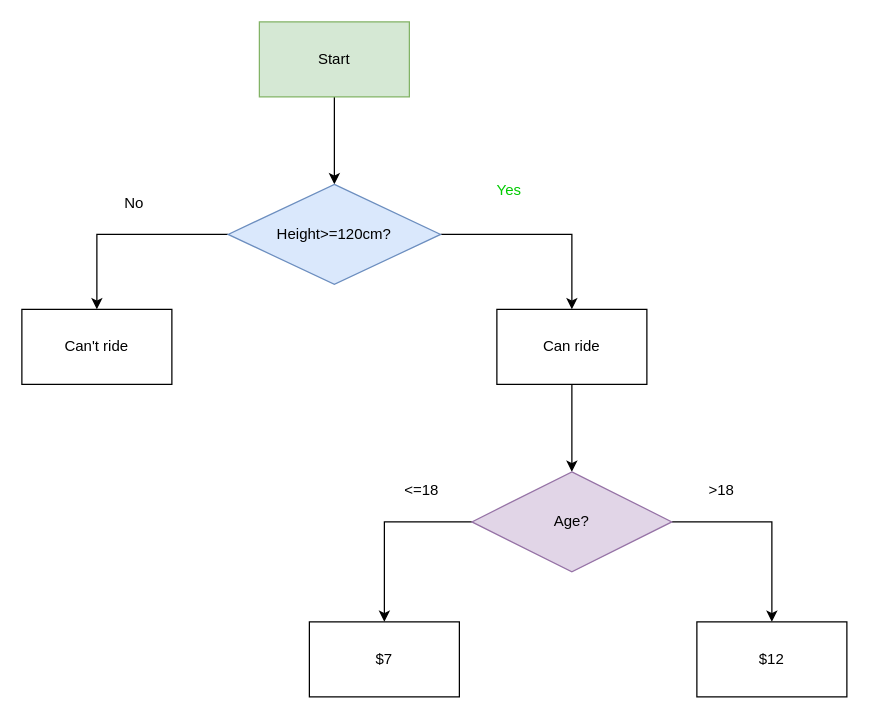
Before: Untitled Diagram.drawio in thatkwame/thatkwame.github.io, a draw.io diagram. Source tidied: cells renumbered, new cells numbered last; positions are measured from the earlier drawing's top-left corner, leaving out a move shared by most shapes. Both pictures are drawn from the tidied source at 125%, with x=0, y=0 at pixel (21, 21).
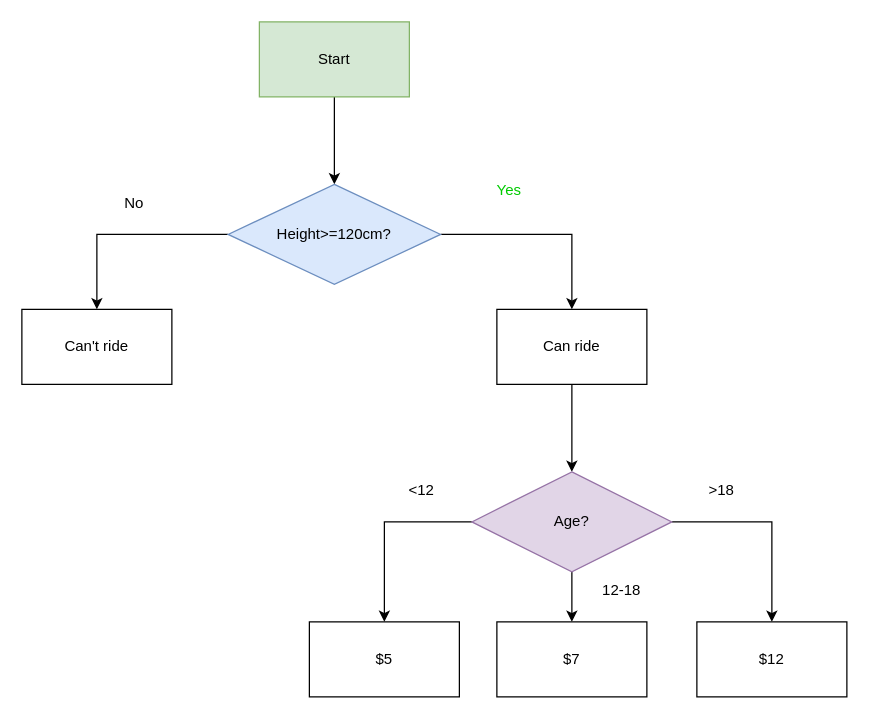
The same diagram, later.

Unchanged cells that the change refers to:
```xml
<mxCell id="12" value="Age?" style="rhombus;whiteSpace=wrap;html=1;rounded=0;fillColor=#e1d5e7;strokeColor=#9673a6;" parent="1" vertex="1">
  <mxGeometry x="360" y="360" width="160" height="80" as="geometry" />
</mxCell>
```

Change to the diagram source:
```diff
@@
+    <mxCell id="19" style="edgeStyle=orthogonalEdgeStyle;rounded=0;jettySize=auto;html=1;" parent="1" edge="1" source="12" target="20">
+      <mxGeometry relative="1" as="geometry" />
+    </mxCell>
@@
-    <mxCell id="13" value="$7" style="whiteSpace=wrap;html=1;rounded=0;" parent="1" vertex="1">
+    <mxCell id="13" value="$5" style="whiteSpace=wrap;html=1;rounded=0;" parent="1" vertex="1">
       <mxGeometry x="230" y="480" width="120" height="60" as="geometry" />
     </mxCell>
@@
-    <mxCell id="17" value="&amp;lt;=18" style="text;html=1;strokeColor=none;fillColor=none;align=center;verticalAlign=middle;whiteSpace=wrap;rounded=0;" parent="1" vertex="1">
+    <mxCell id="17" value="&amp;lt;12" style="text;html=1;strokeColor=none;fillColor=none;align=center;verticalAlign=middle;whiteSpace=wrap;rounded=0;" parent="1" vertex="1">
       <mxGeometry x="290" y="360" width="60" height="30" as="geometry" />
     </mxCell>
@@
+    <mxCell id="20" value="$7" style="whiteSpace=wrap;html=1;rounded=0;" parent="1" vertex="1">
+      <mxGeometry x="380" y="480" width="120" height="60" as="geometry" />
+    </mxCell>
+    <mxCell id="21" value="12-18" style="text;html=1;strokeColor=none;fillColor=none;align=center;verticalAlign=middle;whiteSpace=wrap;rounded=0;" parent="1" vertex="1">
+      <mxGeometry x="450" y="440" width="60" height="30" as="geometry" />
+    </mxCell>
```
